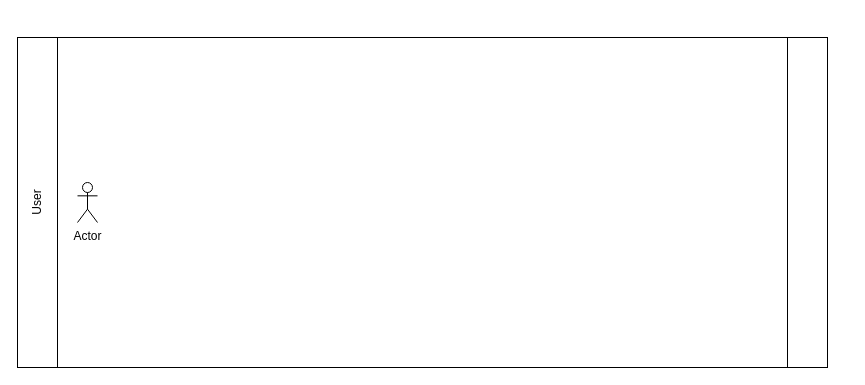
Earlier version of the draw.io diagram Biểu đồ không có tiêu đề.drawio (ThanhHung2112/Web_Font_end). Source tidied: cells renumbered, new cells numbered last; positions are measured from the earlier drawing's top-left corner, leaving out a move shared by most shapes. Both pictures are drawn from the tidied source at 100%, with x=0, y=0 at pixel (7, 37).
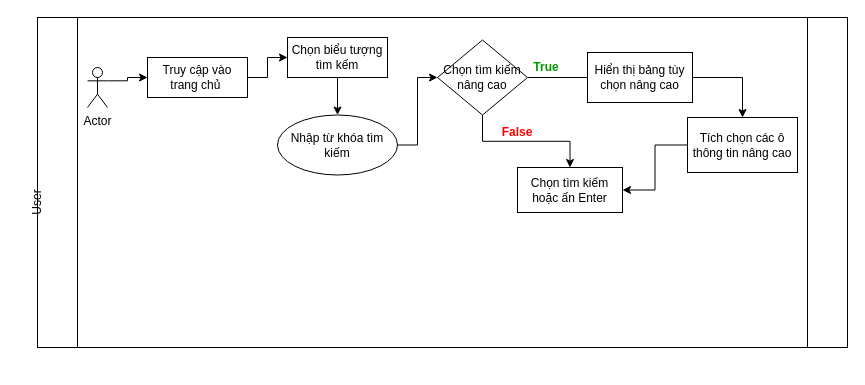
The same diagram, later.

Commit message:
AD - Find song

Diff of the diagram source:
```diff
@@
     <mxCell id="2" style="shape=process;whiteSpace=wrap;html=1;backgroundOutline=1;size=0.04938271604938271;" parent="1" vertex="1">
-      <mxGeometry x="10" width="810" height="330" as="geometry" />
+      <mxGeometry x="30" y="-20" width="810" height="330" as="geometry" />
     </mxCell>
+    <mxCell id="5" style="edgeStyle=orthogonalEdgeStyle;rounded=0;jettySize=auto;html=1;exitX=1;exitY=0.3333333333333333;exitDx=0;exitDy=0;exitPerimeter=0;entryX=0;entryY=0.5;entryDx=0;entryDy=0;" parent="1" edge="1" source="3" target="7">
+      <mxGeometry relative="1" as="geometry" />
+    </mxCell>
     <mxCell id="3" value="Actor" style="shape=umlActor;verticalLabelPosition=bottom;verticalAlign=top;html=1;outlineConnect=0;" parent="1" vertex="1">
-      <mxGeometry x="70" y="145" width="20" height="40" as="geometry" />
+      <mxGeometry x="80" y="30" width="20" height="40" as="geometry" />
     </mxCell>
@@
+    <mxCell id="6" style="edgeStyle=orthogonalEdgeStyle;rounded=0;jettySize=auto;html=1;" parent="1" edge="1" source="7" target="9">
+      <mxGeometry relative="1" as="geometry" />
+    </mxCell>
+    <mxCell id="7" value="Truy cập vào trang chủ&amp;nbsp;" style="rounded=0;whiteSpace=wrap;html=1;" parent="1" vertex="1">
+      <mxGeometry x="140" y="20" width="100" height="40" as="geometry" />
+    </mxCell>
+    <mxCell id="8" style="edgeStyle=orthogonalEdgeStyle;rounded=0;jettySize=auto;html=1;" parent="1" edge="1" source="9" target="11">
+      <mxGeometry relative="1" as="geometry" />
+    </mxCell>
+    <mxCell id="9" value="Chọn biểu tượng tìm kếm" style="rounded=0;whiteSpace=wrap;html=1;" parent="1" vertex="1">
+      <mxGeometry x="280" width="100" height="40" as="geometry" />
+    </mxCell>
+    <mxCell id="10" style="edgeStyle=orthogonalEdgeStyle;rounded=0;jettySize=auto;html=1;entryX=0;entryY=0.5;entryDx=0;entryDy=0;" parent="1" edge="1" source="11" target="13">
+      <mxGeometry relative="1" as="geometry" />
+    </mxCell>
+    <mxCell id="11" value="Nhập từ khóa tìm kiếm" style="ellipse;whiteSpace=wrap;html=1;rounded=0;" parent="1" vertex="1">
+      <mxGeometry x="270" y="77.5" width="120" height="60" as="geometry" />
+    </mxCell>
+    <mxCell id="12" style="edgeStyle=orthogonalEdgeStyle;rounded=0;jettySize=auto;html=1;" parent="1" edge="1" source="13" target="16">
+      <mxGeometry relative="1" as="geometry" />
+    </mxCell>
+    <mxCell id="13" value="Chọn tìm kiếm nâng cao" style="rhombus;whiteSpace=wrap;html=1;rounded=0;" parent="1" vertex="1">
+      <mxGeometry x="430" y="2.5" width="90" height="75" as="geometry" />
+    </mxCell>
+    <mxCell id="14" style="edgeStyle=orthogonalEdgeStyle;rounded=0;jettySize=auto;html=1;" parent="1" edge="1" source="15" target="18">
+      <mxGeometry relative="1" as="geometry">
+        <Array as="points">
+          <mxPoint x="735" y="40" />
+        </Array>
+      </mxGeometry>
+    </mxCell>
+    <mxCell id="15" value="Hiển thị bảng tùy chọn nâng cao" style="whiteSpace=wrap;html=1;rounded=0;" parent="1" vertex="1">
+      <mxGeometry x="580" y="15" width="105" height="50" as="geometry" />
+    </mxCell>
+    <mxCell id="16" value="Chọn tìm kiếm hoặc ấn Enter" style="whiteSpace=wrap;html=1;rounded=0;" parent="1" vertex="1">
+      <mxGeometry x="510" y="130" width="105" height="45" as="geometry" />
+    </mxCell>
+    <mxCell id="17" style="edgeStyle=orthogonalEdgeStyle;rounded=0;jettySize=auto;html=1;entryX=1;entryY=0.5;entryDx=0;entryDy=0;" parent="1" edge="1" source="18" target="16">
+      <mxGeometry relative="1" as="geometry" />
+    </mxCell>
+    <mxCell id="18" value="Tích chọn các ô thông tin nâng cao" style="whiteSpace=wrap;html=1;rounded=0;" parent="1" vertex="1">
+      <mxGeometry x="680" y="80" width="110" height="55" as="geometry" />
+    </mxCell>
+    <mxCell id="19" value="&lt;font color=&quot;#009900&quot;&gt;&lt;b&gt;True&lt;/b&gt;&lt;/font&gt;" style="text;html=1;strokeColor=none;fillColor=none;align=center;verticalAlign=middle;whiteSpace=wrap;rounded=0;" parent="1" vertex="1">
+      <mxGeometry x="520" y="20" width="38" height="20" as="geometry" />
+    </mxCell>
+    <mxCell id="20" style="edgeStyle=orthogonalEdgeStyle;rounded=0;jettySize=auto;html=1;endArrow=none;entryX=0;entryY=0.5;entryDx=0;entryDy=0;" parent="1" edge="1" source="13" target="15">
+      <mxGeometry relative="1" as="geometry" />
+    </mxCell>
+    <mxCell id="21" value="&lt;b style=&quot;&quot;&gt;&lt;font color=&quot;#ff0000&quot;&gt;False&lt;/font&gt;&lt;/b&gt;" style="text;html=1;strokeColor=none;fillColor=none;align=center;verticalAlign=middle;whiteSpace=wrap;rounded=0;" parent="1" vertex="1">
+      <mxGeometry x="480" y="80" width="60" height="30" as="geometry" />
+    </mxCell>
```
